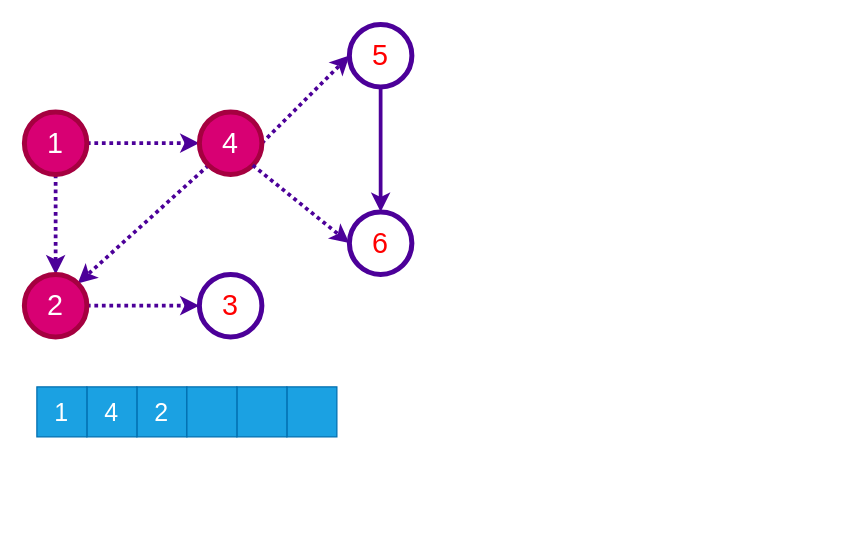
Before: page "topo-bfs-5" (18 of 22) of docs/week-10/ce100-week-10-graphs-topological.drawio in ucoruh/ce100-algorithms-and-programming-II, a draw.io diagram. Source tidied: cells renumbered, new cells numbered last; positions are measured from the earlier drawing's top-left corner, leaving out a move shared by most shapes. Both pictures are drawn from the tidied source at 125%, with x=0, y=0 at pixel (24, 24).
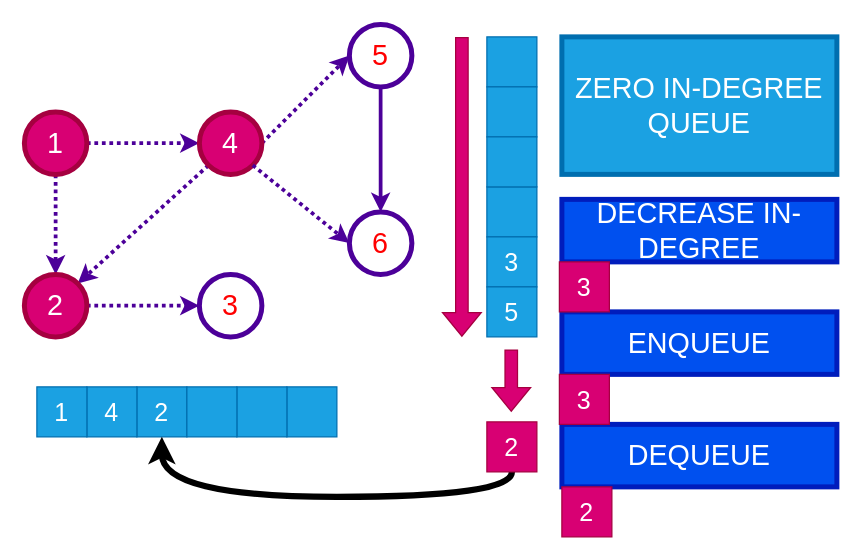
The same page after the edit.

The change refers to these unchanged cells:
```xml
<mxCell id="15" value="2" style="rounded=0;whiteSpace=wrap;html=1;fillColor=#1ba1e2;fontColor=#ffffff;strokeColor=#006EAF;fontSize=20;" parent="1" vertex="1">
  <mxGeometry x="90" y="290" width="40" height="40" as="geometry" />
</mxCell>
```

Diff of the diagram source:
```diff
@@
-    <mxCell id="10" value="3" style="ellipse;whiteSpace=wrap;html=1;fontSize=23;fontColor=#FF0000;strokeColor=#4C0099;strokeWidth=4;" parent="1" vertex="1">
+    <mxCell id="10" value="3" style="ellipse;whiteSpace=wrap;html=1;fontSize=23;fontColor=#FF0000;strokeColor=#4C0099;strokeWidth=4;fillColor=default;" parent="1" vertex="1">
       <mxGeometry x="140" y="200" width="50" height="50" as="geometry" />
     </mxCell>
@@
+    <mxCell id="21" value="ZERO IN-DEGREE QUEUE" style="text;html=1;strokeColor=#006EAF;fillColor=#1ba1e2;align=center;verticalAlign=middle;whiteSpace=wrap;rounded=0;fontColor=#ffffff;fontSize=23;strokeWidth=4;" parent="1" vertex="1">
+      <mxGeometry x="430" y="10" width="220" height="110" as="geometry" />
+    </mxCell>
+    <mxCell id="22" style="rounded=0;whiteSpace=wrap;html=1;fillColor=#1ba1e2;fontColor=#ffffff;strokeColor=#006EAF;fontSize=20;" parent="1" vertex="1">
+      <mxGeometry x="370" y="130" width="40" height="40" as="geometry" />
+    </mxCell>
+    <mxCell id="23" value="3" style="rounded=0;whiteSpace=wrap;html=1;fillColor=#1ba1e2;fontColor=#ffffff;strokeColor=#006EAF;fontSize=20;" parent="1" vertex="1">
+      <mxGeometry x="370" y="170" width="40" height="40" as="geometry" />
+    </mxCell>
+    <mxCell id="24" value="5" style="rounded=0;whiteSpace=wrap;html=1;fillColor=#1ba1e2;fontColor=#ffffff;strokeColor=#006EAF;fontSize=20;" parent="1" vertex="1">
+      <mxGeometry x="370" y="210" width="40" height="40" as="geometry" />
+    </mxCell>
+    <mxCell id="25" style="rounded=0;whiteSpace=wrap;html=1;fillColor=#1ba1e2;fontColor=#ffffff;strokeColor=#006EAF;fontSize=20;" parent="1" vertex="1">
+      <mxGeometry x="370" y="10" width="40" height="40" as="geometry" />
+    </mxCell>
+    <mxCell id="26" style="rounded=0;whiteSpace=wrap;html=1;fillColor=#1ba1e2;fontColor=#ffffff;strokeColor=#006EAF;fontSize=20;" parent="1" vertex="1">
+      <mxGeometry x="370" y="50" width="40" height="40" as="geometry" />
+    </mxCell>
+    <mxCell id="27" style="rounded=0;whiteSpace=wrap;html=1;fillColor=#1ba1e2;fontColor=#ffffff;strokeColor=#006EAF;fontSize=20;" parent="1" vertex="1">
+      <mxGeometry x="370" y="90" width="40" height="40" as="geometry" />
+    </mxCell>
+    <mxCell id="28" style="shape=flexArrow;endArrow=classic;html=1;rounded=0;fillColor=#d80073;strokeColor=#A50040;" parent="1" edge="1">
+      <mxGeometry relative="1" as="geometry">
+        <mxPoint x="350" y="10" as="sourcePoint" />
+        <mxPoint x="350" y="250" as="targetPoint" />
+      </mxGeometry>
+    </mxCell>
+    <mxCell id="29" style="edgeStyle=orthogonalEdgeStyle;curved=1;rounded=0;jettySize=auto;html=1;exitX=0.5;exitY=1;exitDx=0;exitDy=0;entryX=0.5;entryY=1;entryDx=0;entryDy=0;strokeWidth=5;" parent="1" edge="1" source="30" target="15">
+      <mxGeometry relative="1" as="geometry" />
+    </mxCell>
+    <mxCell id="30" value="2" style="rounded=0;whiteSpace=wrap;html=1;fillColor=#d80073;fontColor=#ffffff;strokeColor=#A50040;fontSize=20;" parent="1" vertex="1">
+      <mxGeometry x="370" y="318" width="40" height="40" as="geometry" />
+    </mxCell>
+    <mxCell id="31" style="shape=flexArrow;endArrow=classic;html=1;rounded=0;fillColor=#d80073;strokeColor=#A50040;" parent="1" edge="1">
+      <mxGeometry relative="1" as="geometry">
+        <mxPoint x="389.5" y="260" as="sourcePoint" />
+        <mxPoint x="389.5" y="310" as="targetPoint" />
+      </mxGeometry>
+    </mxCell>
+    <mxCell id="32" value="DECREASE IN-DEGREE" style="text;html=1;strokeColor=#001DBC;fillColor=#0050ef;align=center;verticalAlign=middle;whiteSpace=wrap;rounded=0;fontColor=#ffffff;fontSize=23;strokeWidth=4;" parent="1" vertex="1">
+      <mxGeometry x="430" y="140" width="220" height="50" as="geometry" />
+    </mxCell>
+    <mxCell id="33" value="ENQUEUE" style="text;html=1;strokeColor=#001DBC;fillColor=#0050ef;align=center;verticalAlign=middle;whiteSpace=wrap;rounded=0;fontColor=#ffffff;fontSize=23;strokeWidth=4;" parent="1" vertex="1">
+      <mxGeometry x="430" y="230" width="220" height="50" as="geometry" />
+    </mxCell>
+    <mxCell id="34" value="DEQUEUE" style="text;html=1;strokeColor=#001DBC;fillColor=#0050ef;align=center;verticalAlign=middle;whiteSpace=wrap;rounded=0;fontColor=#ffffff;fontSize=23;strokeWidth=4;" parent="1" vertex="1">
+      <mxGeometry x="430" y="320" width="220" height="50" as="geometry" />
+    </mxCell>
+    <mxCell id="35" value="2" style="rounded=0;whiteSpace=wrap;html=1;fillColor=#d80073;fontColor=#ffffff;strokeColor=#A50040;fontSize=20;" parent="1" vertex="1">
+      <mxGeometry x="430" y="370" width="40" height="40" as="geometry" />
+    </mxCell>
+    <mxCell id="36" value="3" style="rounded=0;whiteSpace=wrap;html=1;fillColor=#d80073;fontColor=#ffffff;strokeColor=#A50040;fontSize=20;" parent="1" vertex="1">
+      <mxGeometry x="428" y="190" width="40" height="40" as="geometry" />
+    </mxCell>
+    <mxCell id="37" value="3" style="rounded=0;whiteSpace=wrap;html=1;fillColor=#d80073;fontColor=#ffffff;strokeColor=#A50040;fontSize=20;" parent="1" vertex="1">
+      <mxGeometry x="428" y="280" width="40" height="40" as="geometry" />
+    </mxCell>
```
